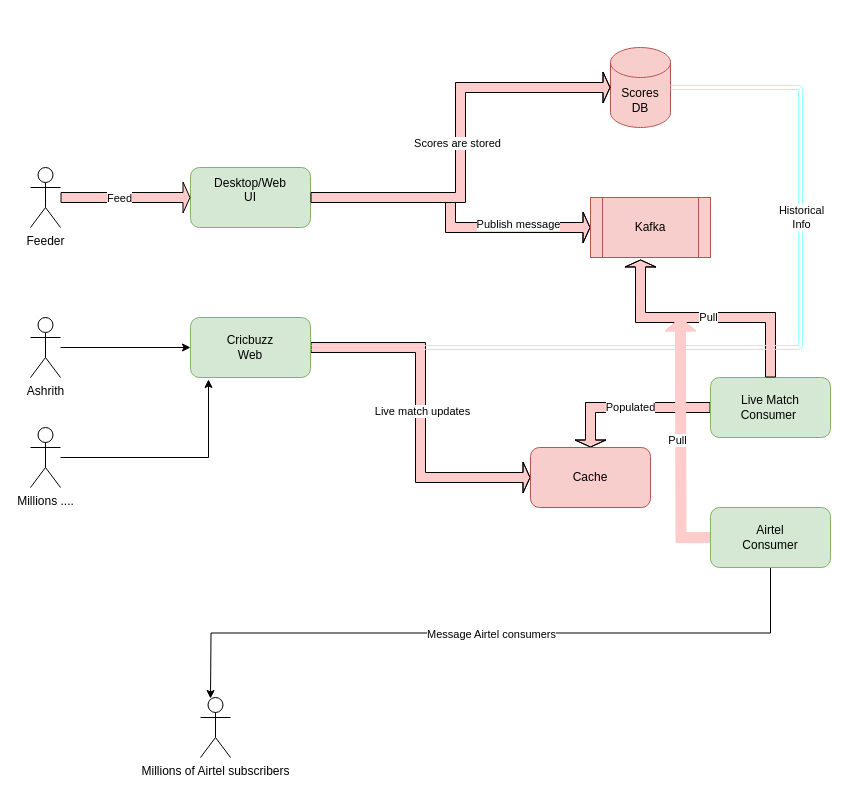
Above: backend/cricbuzz.drawio in prabhu-sunderaraman/full-stack-2024 (draw.io), before the change. Source tidied: cells renumbered, new cells numbered last; positions are measured from the earlier drawing's top-left corner, leaving out a move shared by most shapes. Both pictures are drawn from the tidied source at 100%, with x=0, y=0 at pixel (30, 47).
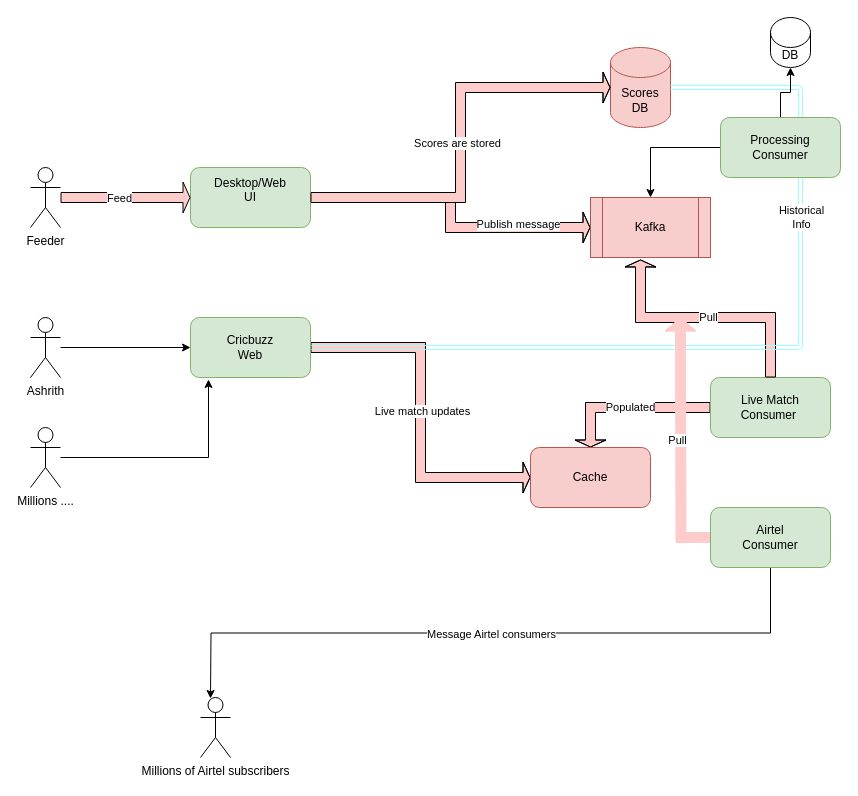
The same page after the edit.

The change refers to these unchanged cells:
```xml
<mxCell id="16" value="Kafka" style="shape=process;whiteSpace=wrap;html=1;backgroundOutline=1;fillColor=#f8cecc;strokeColor=#b85450;" parent="1" vertex="1">
  <mxGeometry x="560" y="150" width="120" height="60" as="geometry" />
</mxCell>
```

What changed in the source:
```diff
@@
+    <mxCell id="32" style="edgeStyle=orthogonalEdgeStyle;rounded=0;jettySize=auto;html=1;entryX=0.5;entryY=0;entryDx=0;entryDy=0;" parent="1" edge="1" source="34" target="16">
+      <mxGeometry relative="1" as="geometry" />
+    </mxCell>
+    <mxCell id="33" style="edgeStyle=orthogonalEdgeStyle;rounded=0;jettySize=auto;html=1;" parent="1" edge="1" source="34" target="35">
+      <mxGeometry relative="1" as="geometry" />
+    </mxCell>
+    <mxCell id="34" value="Processing&lt;div&gt;Consumer&lt;/div&gt;" style="rounded=1;whiteSpace=wrap;html=1;fillColor=#d5e8d4;strokeColor=#82b366;" parent="1" vertex="1">
+      <mxGeometry x="690" y="70" width="120" height="60" as="geometry" />
+    </mxCell>
+    <mxCell id="35" value="DB" style="shape=cylinder3;whiteSpace=wrap;html=1;boundedLbl=1;backgroundOutline=1;size=15;" parent="1" vertex="1">
+      <mxGeometry x="740" y="-30" width="40" height="50" as="geometry" />
+    </mxCell>
```
